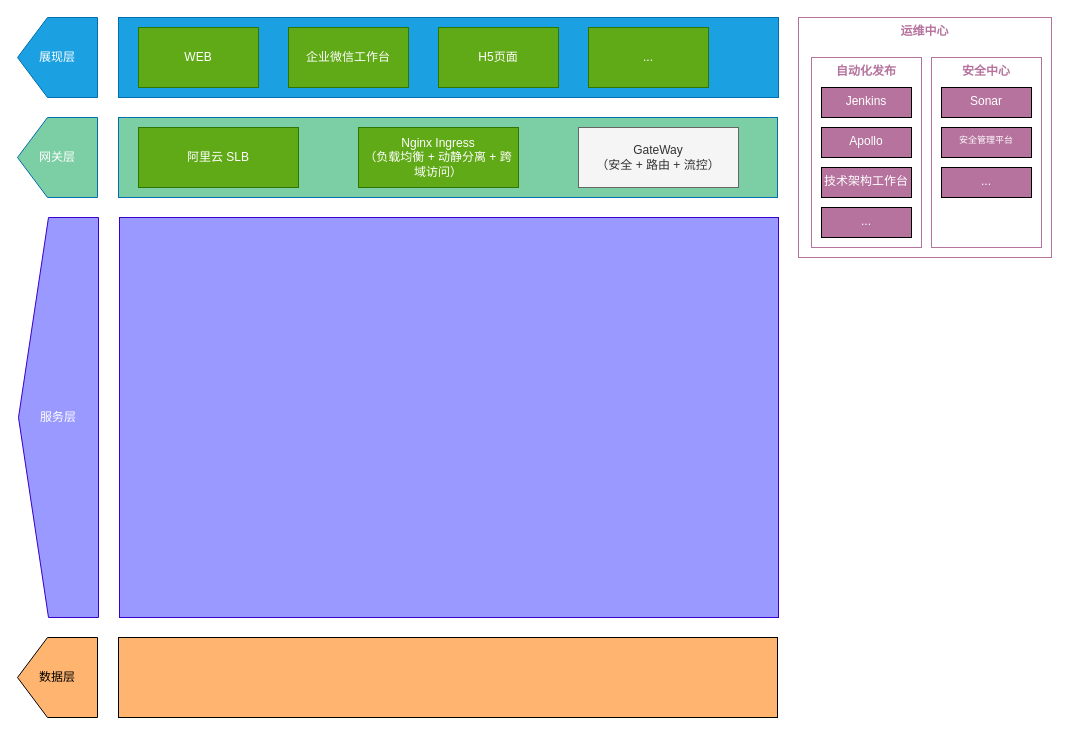
Before: smart-salart-biz-arch-0.0.1.drawio in rexlin600/diagrams, a draw.io diagram. Source tidied: cells renumbered, new cells numbered last; positions are measured from the earlier drawing's top-left corner, leaving out a move shared by most shapes. Both pictures are drawn from the tidied source at 100%, with x=0, y=0 at pixel (17, 17).
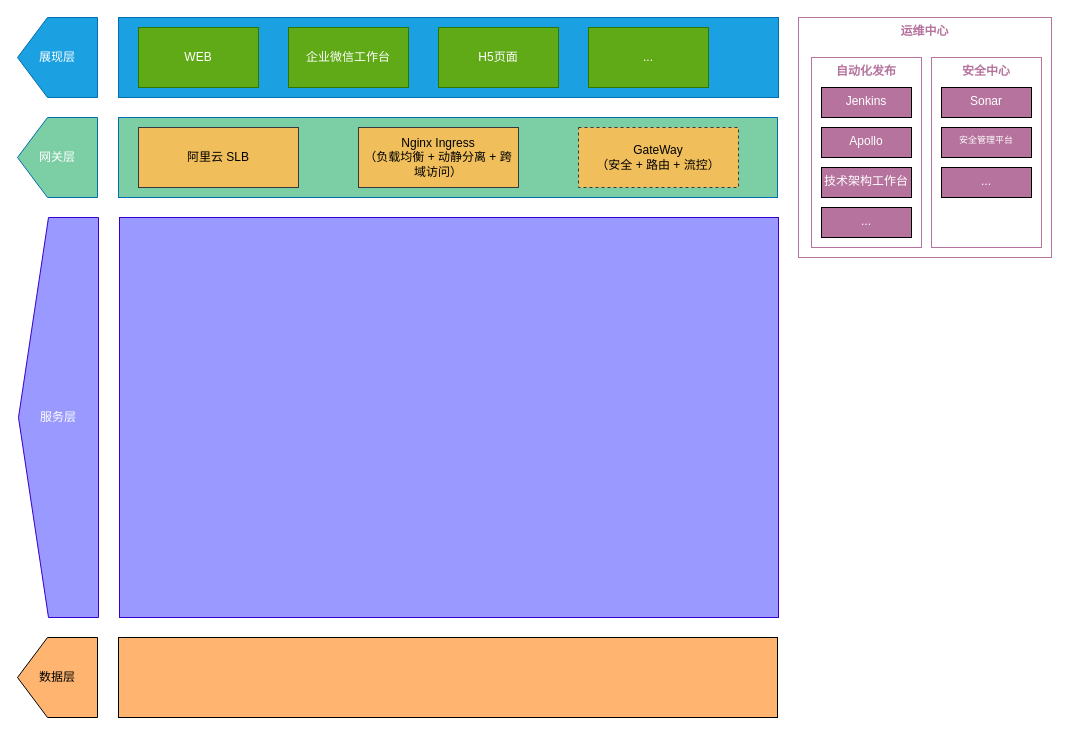
The same diagram, later.

The edit, as a diff of the source:
```diff
@@
-    <mxCell id="9" value="&lt;div&gt;Nginx Ingress&lt;/div&gt;&lt;div&gt;（负载均衡 + 动静分离 + 跨域访问）&lt;/div&gt;" style="rounded=0;whiteSpace=wrap;html=1;align=center;verticalAlign=middle;fillColor=#60a917;strokeColor=#2D7600;fontColor=#ffffff;" parent="1" vertex="1">
+    <mxCell id="9" value="&lt;div&gt;Nginx Ingress&lt;/div&gt;&lt;div&gt;（负载均衡 + 动静分离 + 跨域访问）&lt;/div&gt;" style="rounded=0;whiteSpace=wrap;html=1;align=center;verticalAlign=middle;fillColor=#F0BE5B;strokeColor=#36393d;" parent="1" vertex="1">
       <mxGeometry x="341" y="110" width="160" height="60" as="geometry" />
     </mxCell>
@@
-    <mxCell id="16" value="&lt;div&gt;阿里云 SLB&lt;/div&gt;" style="rounded=0;whiteSpace=wrap;html=1;align=center;verticalAlign=middle;fillColor=#60a917;strokeColor=#2D7600;fontColor=#ffffff;" parent="1" vertex="1">
+    <mxCell id="16" value="&lt;div&gt;阿里云 SLB&lt;/div&gt;" style="rounded=0;whiteSpace=wrap;html=1;align=center;verticalAlign=middle;fillColor=#F0BE5B;strokeColor=#36393d;" parent="1" vertex="1">
       <mxGeometry x="121" y="110" width="160" height="60" as="geometry" />
     </mxCell>
-    <mxCell id="17" value="&lt;div&gt;GateWay&lt;/div&gt;&lt;div&gt;（安全 + 路由 + 流控）&lt;/div&gt;" style="rounded=0;whiteSpace=wrap;html=1;align=center;verticalAlign=middle;fillColor=#f5f5f5;strokeColor=#666666;fontColor=#333333;" parent="1" vertex="1">
+    <mxCell id="17" value="&lt;div&gt;GateWay&lt;/div&gt;&lt;div&gt;（安全 + 路由 + 流控）&lt;/div&gt;" style="rounded=0;whiteSpace=wrap;html=1;align=center;verticalAlign=middle;fillColor=#F0BE5B;strokeColor=#36393d;dashed=1;" parent="1" vertex="1">
       <mxGeometry x="561" y="110" width="160" height="60" as="geometry" />
     </mxCell>
```
